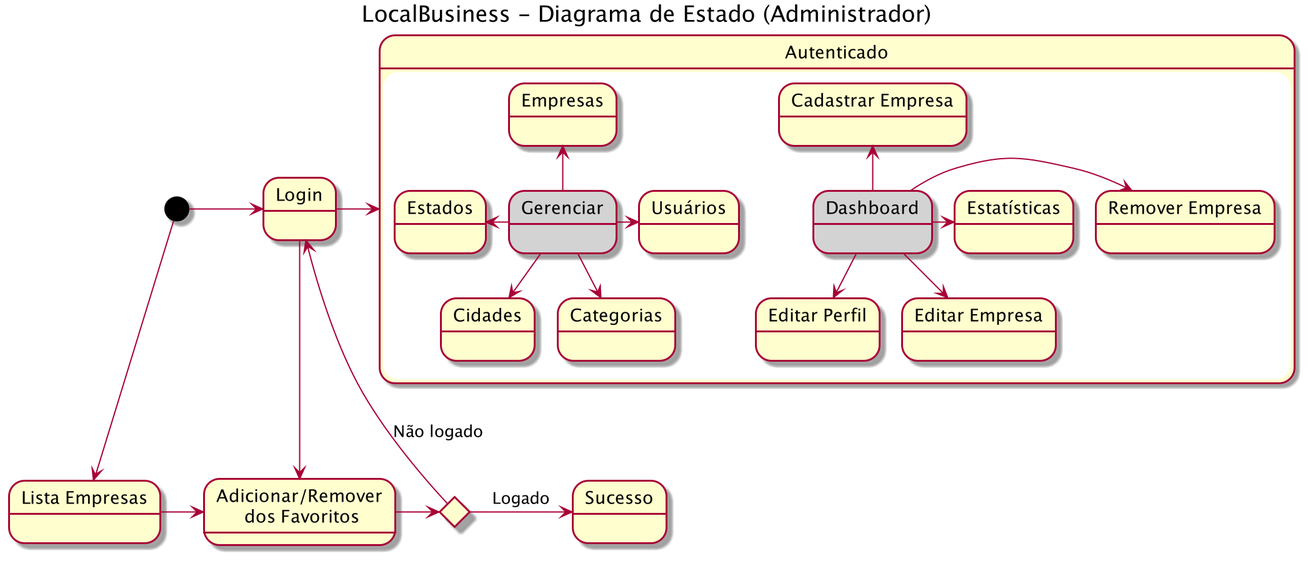
puc-projeto-integrado/smart-business keeps this PlantUML diagram as documentation/diagrams/states/localbusiness_state-overview-admin-LocalBusiness___Diagrama_de_Estado__Administrador_.png. Above is the earlier version. Source of this version:
```plantuml
@startuml
title "LocalBusiness - Diagrama de Estado (Administrador)"

state "Login" as login
state "Lista Empresas" as list
state c <<choice>>
state "Adicionar/Remover\n dos Favoritos" as handleFav

state "Autenticado" as loggedOn{
    state "Cadastrar Empresa" as cadBusiness
    state "Dashboard" as dashboard #lightgray
    state "Remover Empresa" as delBusiness
    state "Editar Perfil" as editProfile
    state "Editar Empresa" as editBusiness
    state "Gerenciar" as manage #lightgray
    state "Usuários" as user
    state "Empresas" as business
    state "Estados" as state
    state "Cidades" as city
    state "Categorias" as category
    state "Estatísticas" as stats
}

[*] -d-> list
[*] -> login
login -> loggedOn
dashboard -u-> cadBusiness
dashboard -d-> editBusiness
dashboard -> delBusiness
dashboard -d-> editProfile
dashboard -r-> stats
list -r-> handleFav
handleFav -> c
c -> Sucesso : Logado
c -> login : Não logado
login -d-> handleFav
manage -> user
manage -u-> business
manage -l-> state
manage -d-> city
manage -d-> category
@enduml
```
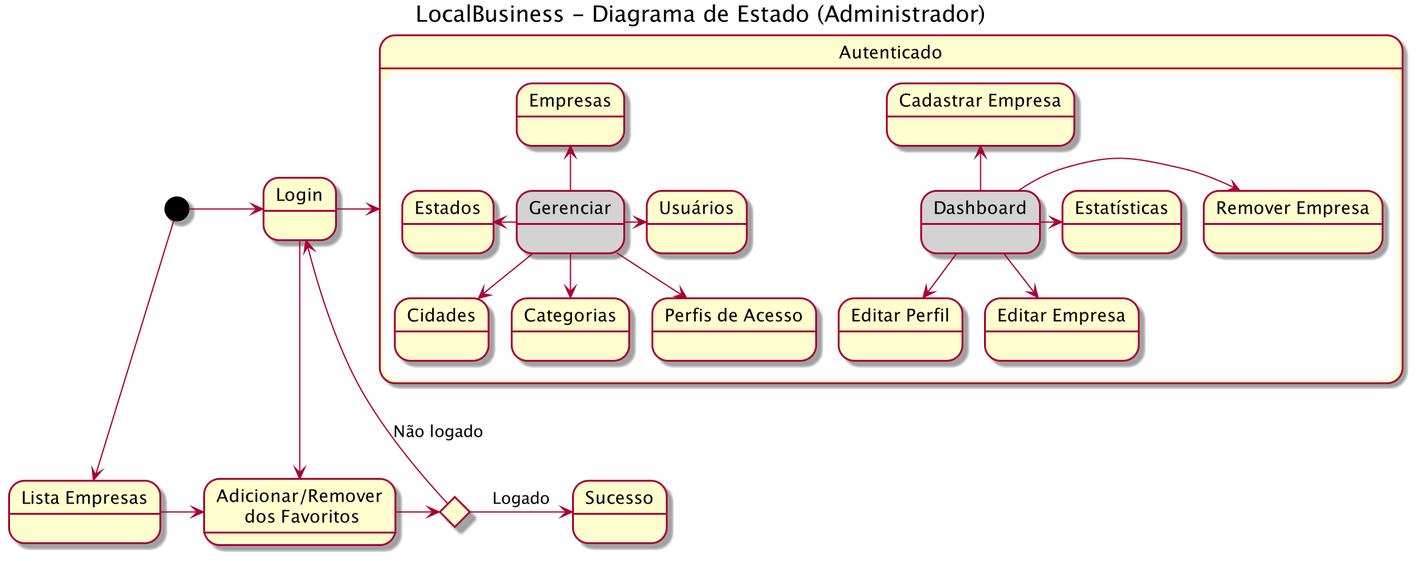
After the commit.

Diff of the diagram source:
```diff
@@ -19,6 +19,7 @@
     state "Cidades" as city
     state "Categorias" as category
     state "Estatísticas" as stats
+    state "Perfis de Acesso" as roles
 }
 
 [*] -d-> list
@@ -39,4 +40,5 @@
 manage -l-> state
 manage -d-> city
 manage -d-> category
+manage -d-> roles
 @enduml
```
